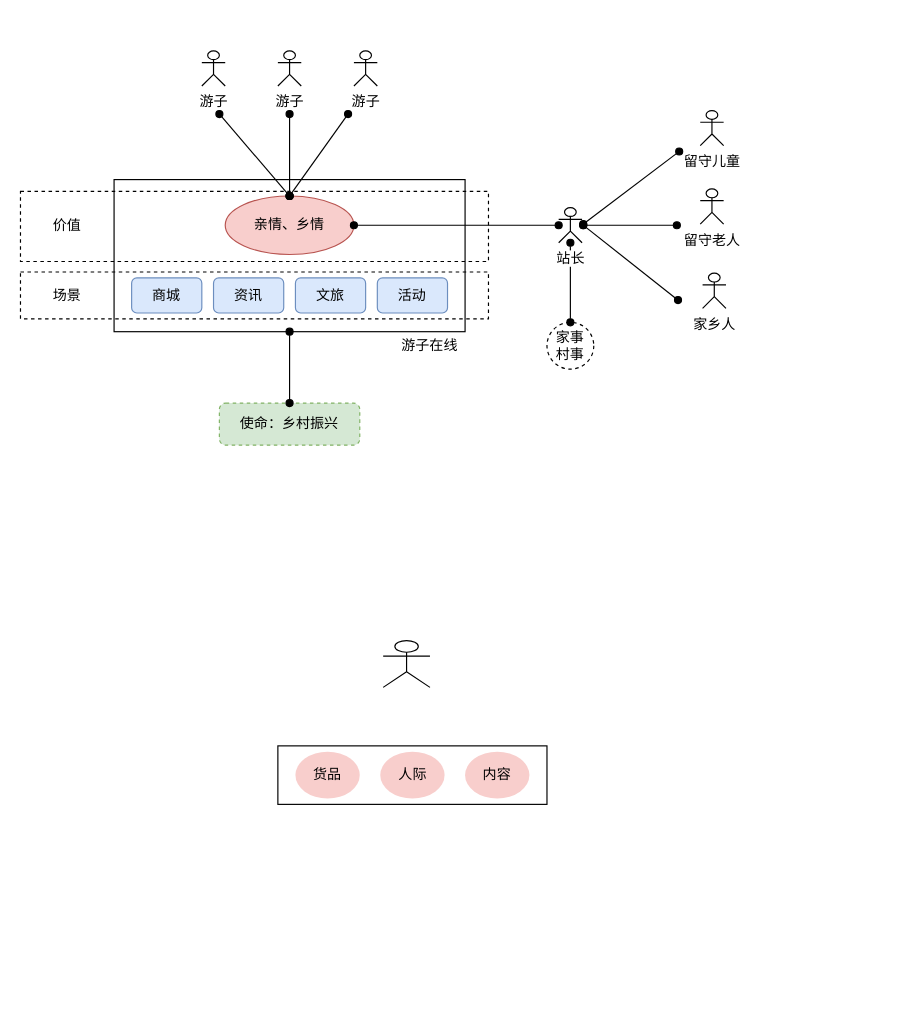
Above: yzzx-sc.drawio in trey03/draw (draw.io), before the change. Source tidied: cells renumbered, new cells numbered last; positions are measured from the earlier drawing's top-left corner, leaving out a move shared by most shapes. Both pictures are drawn from the tidied source at 117%, with x=0, y=0 at pixel (20, 50).
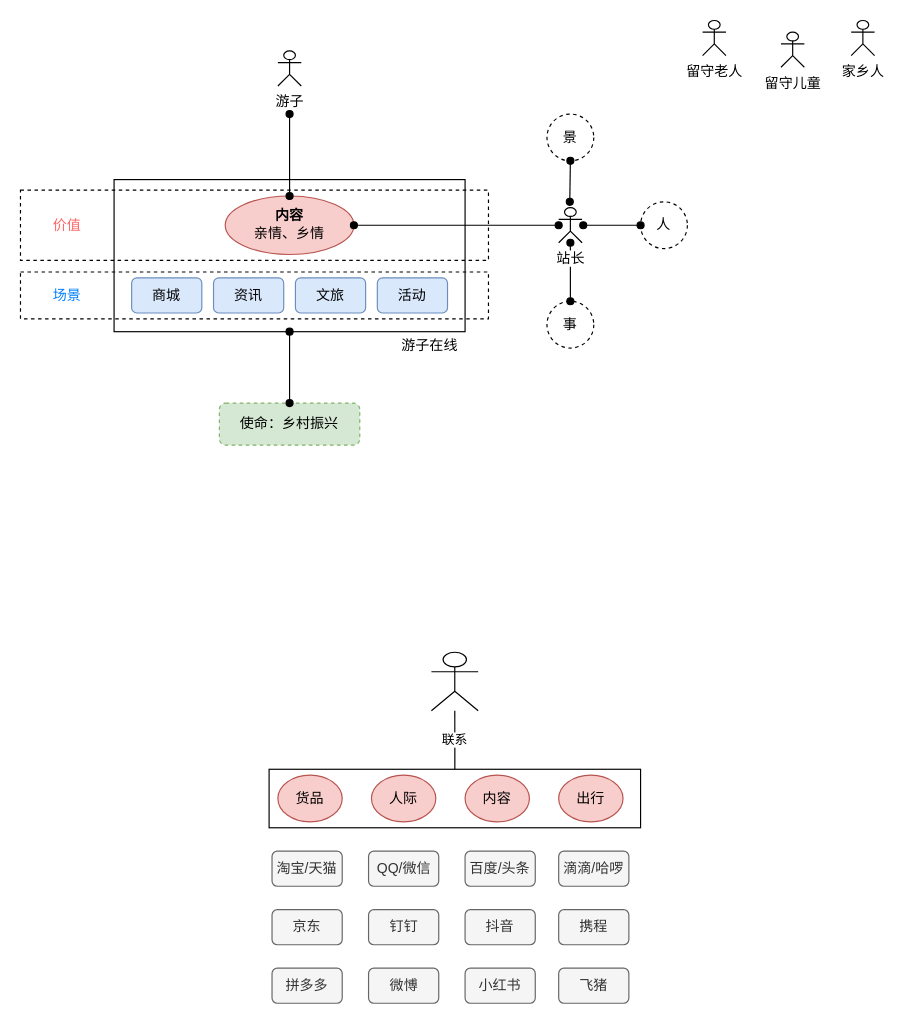
Above is the later version.

Unchanged cells that the change refers to:
```xml
<mxCell id="17" value="站长" style="shape=umlActor;verticalLabelPosition=bottom;labelBackgroundColor=#ffffff;verticalAlign=top;html=1;outlineConnect=0;" parent="1" vertex="1">
  <mxGeometry x="460" y="134" width="20" height="30" as="geometry" />
</mxCell>
```

What changed in the source:
```diff
@@
-    <mxCell id="4" value="游子" style="shape=umlActor;verticalLabelPosition=bottom;labelBackgroundColor=#ffffff;verticalAlign=top;html=1;" parent="1" vertex="1">
-      <mxGeometry x="155" width="20" height="30" as="geometry" />
-    </mxCell>
@@
-    <mxCell id="6" value="游子" style="shape=umlActor;verticalLabelPosition=bottom;labelBackgroundColor=#ffffff;verticalAlign=top;html=1;" parent="1" vertex="1">
-      <mxGeometry x="285" width="20" height="30" as="geometry" />
-    </mxCell>
-    <mxCell id="7" value="亲情、乡情" style="ellipse;whiteSpace=wrap;html=1;fillColor=#f8cecc;strokeColor=#b85450;" parent="1" vertex="1">
+    <mxCell id="7" value="&lt;b&gt;内容&lt;/b&gt;&lt;br&gt;亲情、乡情" style="ellipse;whiteSpace=wrap;html=1;fillColor=#f8cecc;strokeColor=#b85450;spacing=15;spacingTop=0;spacingBottom=3;" parent="1" vertex="1">
       <mxGeometry x="175" y="124" width="110" height="50" as="geometry" />
     </mxCell>
-    <mxCell id="8" style="rounded=0;jettySize=auto;html=1;endArrow=oval;endFill=1;startArrow=oval;startFill=1;exitX=0.5;exitY=0;exitDx=0;exitDy=0;" parent="1" edge="1" source="7">
-      <mxGeometry relative="1" as="geometry">
-        <mxPoint x="170" y="54" as="targetPoint" />
-      </mxGeometry>
-    </mxCell>
@@
-    <mxCell id="10" style="rounded=0;orthogonalLoop=1;jettySize=auto;html=1;endArrow=oval;endFill=1;startArrow=oval;startFill=1;" parent="1" edge="1">
-      <mxGeometry relative="1" as="geometry">
-        <mxPoint x="230" y="124" as="sourcePoint" />
-        <mxPoint x="280" y="54" as="targetPoint" />
-      </mxGeometry>
-    </mxCell>
@@
-    <mxCell id="16" style="edgeStyle=none;rounded=0;jettySize=auto;html=1;startArrow=oval;startFill=1;endArrow=oval;endFill=1;" parent="1" edge="1" source="17" target="30">
-      <mxGeometry relative="1" as="geometry" />
+    <mxCell id="16" style="edgeStyle=none;rounded=0;jettySize=auto;html=1;startArrow=oval;startFill=1;endArrow=oval;endFill=1;" parent="1" edge="1" source="17">
+      <mxGeometry relative="1" as="geometry">
+        <mxPoint x="470" y="214" as="targetPoint" />
+      </mxGeometry>
     </mxCell>
@@
-    <mxCell id="18" value="场景" style="text;html=1;strokeColor=none;fillColor=none;align=center;verticalAlign=middle;whiteSpace=wrap;rounded=0;dashed=1;" parent="1" vertex="1">
+    <mxCell id="18" value="场景" style="text;html=1;strokeColor=none;fillColor=none;align=center;verticalAlign=middle;whiteSpace=wrap;rounded=0;dashed=1;fontColor=#007FFF;" parent="1" vertex="1">
       <mxGeometry x="20" y="199" width="40" height="20" as="geometry" />
     </mxCell>
     <mxCell id="19" style="rounded=0;whiteSpace=wrap;html=1;dashed=1;fillColor=none;" parent="1" vertex="1">
-      <mxGeometry y="120" width="400" height="60" as="geometry" />
+      <mxGeometry y="119" width="400" height="60" as="geometry" />
     </mxCell>
-    <mxCell id="20" value="价值" style="text;html=1;strokeColor=none;fillColor=none;align=center;verticalAlign=middle;whiteSpace=wrap;rounded=0;dashed=1;" parent="1" vertex="1">
+    <mxCell id="20" value="价值" style="text;html=1;strokeColor=none;fillColor=none;align=center;verticalAlign=middle;whiteSpace=wrap;rounded=0;dashed=1;fontColor=#FF6666;" parent="1" vertex="1">
       <mxGeometry x="20" y="140" width="40" height="20" as="geometry" />
     </mxCell>
@@
     <mxCell id="24" value="留守儿童" style="shape=umlActor;verticalLabelPosition=bottom;labelBackgroundColor=#ffffff;verticalAlign=top;html=1;" parent="1" vertex="1">
-      <mxGeometry x="581" y="51" width="20" height="30" as="geometry" />
+      <mxGeometry x="650" y="-16" width="20" height="30" as="geometry" />
     </mxCell>
     <mxCell id="25" value="留守老人" style="shape=umlActor;verticalLabelPosition=bottom;labelBackgroundColor=#ffffff;verticalAlign=top;html=1;" parent="1" vertex="1">
-      <mxGeometry x="581" y="118" width="20" height="30" as="geometry" />
+      <mxGeometry x="583" y="-26" width="20" height="30" as="geometry" />
     </mxCell>
     <mxCell id="26" value="家乡人" style="shape=umlActor;verticalLabelPosition=bottom;labelBackgroundColor=#ffffff;verticalAlign=top;html=1;" parent="1" vertex="1">
-      <mxGeometry x="583" y="190" width="20" height="30" as="geometry" />
+      <mxGeometry x="710" y="-26" width="20" height="30" as="geometry" />
     </mxCell>
-    <mxCell id="27" style="rounded=0;orthogonalLoop=1;jettySize=auto;html=1;endArrow=oval;endFill=1;startArrow=oval;startFill=1;exitX=1;exitY=0.3333333333333333;exitDx=0;exitDy=0;exitPerimeter=0;" parent="1" edge="1">
-      <mxGeometry relative="1" as="geometry">
-        <mxPoint x="481" y="148" as="sourcePoint" />
-        <mxPoint x="563" y="86" as="targetPoint" />
-      </mxGeometry>
-    </mxCell>
     <mxCell id="28" style="rounded=0;orthogonalLoop=1;jettySize=auto;html=1;endArrow=oval;endFill=1;startArrow=oval;startFill=1;" parent="1" edge="1">
       <mxGeometry relative="1" as="geometry">
         <mxPoint x="481" y="149" as="sourcePoint" />
-        <mxPoint x="561" y="149" as="targetPoint" />
+        <mxPoint x="530" y="149" as="targetPoint" />
       </mxGeometry>
     </mxCell>
-    <mxCell id="29" style="rounded=0;orthogonalLoop=1;jettySize=auto;html=1;endArrow=oval;endFill=1;startArrow=oval;startFill=1;" parent="1" edge="1">
-      <mxGeometry relative="1" as="geometry">
-        <mxPoint x="481" y="149" as="sourcePoint" />
-        <mxPoint x="562" y="213" as="targetPoint" />
-      </mxGeometry>
-    </mxCell>
-    <mxCell id="30" value="家事&lt;br&gt;村事" style="ellipse;whiteSpace=wrap;html=1;dashed=1;fillColor=none;" parent="1" vertex="1">
-      <mxGeometry x="450" y="232" width="40" height="40" as="geometry" />
+    <mxCell id="30" value="事" style="ellipse;whiteSpace=wrap;html=1;dashed=1;fillColor=none;" parent="1" vertex="1">
+      <mxGeometry x="450" y="214" width="40" height="40" as="geometry" />
     </mxCell>
     <mxCell id="31" style="shape=umlActor;verticalLabelPosition=bottom;labelBackgroundColor=#ffffff;verticalAlign=top;html=1;outlineConnect=0;" parent="1" vertex="1">
-      <mxGeometry x="310" y="504" width="40" height="40" as="geometry" />
+      <mxGeometry x="351.2" y="514" width="40" height="50" as="geometry" />
     </mxCell>
     <mxCell id="32" style="html=1;" parent="1" vertex="1">
-      <mxGeometry x="220" y="594" width="230" height="50" as="geometry" />
+      <mxGeometry x="212.5" y="614" width="317.5" height="50" as="geometry" />
     </mxCell>
-    <mxCell id="33" value="货品" style="ellipse;whiteSpace=wrap;html=1;fillColor=#f8cecc;strokeColor=none;fontColor=#000000;" parent="1" vertex="1">
-      <mxGeometry x="235" y="599" width="55" height="40" as="geometry" />
+    <mxCell id="33" value="货品" style="ellipse;whiteSpace=wrap;html=1;fillColor=#f8cecc;strokeColor=#b85450;" parent="1" vertex="1">
+      <mxGeometry x="220" y="619" width="55" height="40" as="geometry" />
     </mxCell>
-    <mxCell id="34" value="人际" style="ellipse;whiteSpace=wrap;html=1;fillColor=#f8cecc;strokeColor=none;fontColor=#000000;" parent="1" vertex="1">
-      <mxGeometry x="307.5" y="599" width="55" height="40" as="geometry" />
+    <mxCell id="34" value="人际" style="ellipse;whiteSpace=wrap;html=1;fillColor=#f8cecc;strokeColor=#b85450;" parent="1" vertex="1">
+      <mxGeometry x="300" y="619" width="55" height="40" as="geometry" />
     </mxCell>
-    <mxCell id="35" value="内容" style="ellipse;whiteSpace=wrap;html=1;fillColor=#f8cecc;strokeColor=none;fontColor=#000000;" parent="1" vertex="1">
-      <mxGeometry x="380" y="599" width="55" height="40" as="geometry" />
+    <mxCell id="35" value="内容" style="ellipse;whiteSpace=wrap;html=1;fillColor=#f8cecc;strokeColor=#b85450;" parent="1" vertex="1">
+      <mxGeometry x="380" y="619" width="55" height="40" as="geometry" />
     </mxCell>
+    <mxCell id="36" value="联系" style="endArrow=none;html=1;fontColor=#000000;exitX=0.5;exitY=0;exitDx=0;exitDy=0;" parent="1" edge="1" source="32" target="31">
+      <mxGeometry relative="1" as="geometry" />
+    </mxCell>
+    <mxCell id="37" value="人" style="ellipse;whiteSpace=wrap;html=1;dashed=1;fillColor=none;" parent="1" vertex="1">
+      <mxGeometry x="530" y="129" width="40" height="40" as="geometry" />
+    </mxCell>
+    <mxCell id="38" value="景" style="ellipse;whiteSpace=wrap;html=1;dashed=1;fillColor=none;" parent="1" vertex="1">
+      <mxGeometry x="450" y="54" width="40" height="40" as="geometry" />
+    </mxCell>
+    <mxCell id="39" style="edgeStyle=none;rounded=0;orthogonalLoop=1;jettySize=auto;html=1;startArrow=oval;startFill=1;endArrow=oval;endFill=1;" parent="1" edge="1">
+      <mxGeometry relative="1" as="geometry">
+        <mxPoint x="470" y="94" as="sourcePoint" />
+        <mxPoint x="469.5" y="129" as="targetPoint" />
+      </mxGeometry>
+    </mxCell>
+    <mxCell id="40" value="淘宝/天猫" style="rounded=1;whiteSpace=wrap;html=1;fillColor=#f5f5f5;strokeColor=#666666;fontColor=#333333;" parent="1" vertex="1">
+      <mxGeometry x="215" y="684" width="60" height="30" as="geometry" />
+    </mxCell>
+    <mxCell id="41" value="京东" style="rounded=1;whiteSpace=wrap;html=1;fillColor=#f5f5f5;strokeColor=#666666;fontColor=#333333;" parent="1" vertex="1">
+      <mxGeometry x="215" y="734" width="60" height="30" as="geometry" />
+    </mxCell>
+    <mxCell id="42" value="拼多多" style="rounded=1;whiteSpace=wrap;html=1;fillColor=#f5f5f5;strokeColor=#666666;fontColor=#333333;" parent="1" vertex="1">
+      <mxGeometry x="215" y="784" width="60" height="30" as="geometry" />
+    </mxCell>
+    <mxCell id="43" value="QQ/微信" style="rounded=1;whiteSpace=wrap;html=1;fillColor=#f5f5f5;strokeColor=#666666;fontColor=#333333;" parent="1" vertex="1">
+      <mxGeometry x="297.5" y="684" width="60" height="30" as="geometry" />
+    </mxCell>
+    <mxCell id="44" value="钉钉" style="rounded=1;whiteSpace=wrap;html=1;fillColor=#f5f5f5;strokeColor=#666666;fontColor=#333333;" parent="1" vertex="1">
+      <mxGeometry x="297.5" y="734" width="60" height="30" as="geometry" />
+    </mxCell>
+    <mxCell id="45" value="微愽" style="rounded=1;whiteSpace=wrap;html=1;fillColor=#f5f5f5;strokeColor=#666666;fontColor=#333333;" parent="1" vertex="1">
+      <mxGeometry x="297.5" y="784" width="60" height="30" as="geometry" />
+    </mxCell>
+    <mxCell id="46" value="百度/头条" style="rounded=1;whiteSpace=wrap;html=1;fillColor=#f5f5f5;strokeColor=#666666;fontColor=#333333;" parent="1" vertex="1">
+      <mxGeometry x="380" y="684" width="60" height="30" as="geometry" />
+    </mxCell>
+    <mxCell id="47" value="抖音" style="rounded=1;whiteSpace=wrap;html=1;fillColor=#f5f5f5;strokeColor=#666666;fontColor=#333333;" parent="1" vertex="1">
+      <mxGeometry x="380" y="734" width="60" height="30" as="geometry" />
+    </mxCell>
+    <mxCell id="48" value="小红书" style="rounded=1;whiteSpace=wrap;html=1;fillColor=#f5f5f5;strokeColor=#666666;fontColor=#333333;" parent="1" vertex="1">
+      <mxGeometry x="380" y="784" width="60" height="30" as="geometry" />
+    </mxCell>
+    <mxCell id="49" value="出行" style="ellipse;whiteSpace=wrap;html=1;fillColor=#f8cecc;strokeColor=#b85450;" parent="1" vertex="1">
+      <mxGeometry x="460" y="619" width="55" height="40" as="geometry" />
+    </mxCell>
+    <mxCell id="50" value="滴滴/哈啰" style="rounded=1;whiteSpace=wrap;html=1;fillColor=#f5f5f5;strokeColor=#666666;fontColor=#333333;" parent="1" vertex="1">
+      <mxGeometry x="460" y="684" width="60" height="30" as="geometry" />
+    </mxCell>
+    <mxCell id="51" value="携程" style="rounded=1;whiteSpace=wrap;html=1;fillColor=#f5f5f5;strokeColor=#666666;fontColor=#333333;" parent="1" vertex="1">
+      <mxGeometry x="460" y="734" width="60" height="30" as="geometry" />
+    </mxCell>
+    <mxCell id="52" value="飞猪" style="rounded=1;whiteSpace=wrap;html=1;fillColor=#f5f5f5;strokeColor=#666666;fontColor=#333333;" parent="1" vertex="1">
+      <mxGeometry x="460" y="784" width="60" height="30" as="geometry" />
+    </mxCell>
```
